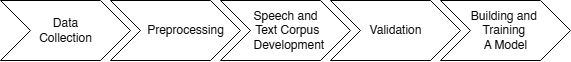
mariefherv/akeanon-stt keeps this draw.io diagram as figures/flowchart.png. Above is the earlier version. Source tidied: cells renumbered, new cells last; positions are measured from the earlier drawing's top-left corner, leaving out a move shared by most shapes.
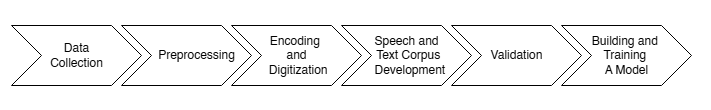
Above is the later version.

Diff of the diagram source:
```diff
@@ -2,26 +2,26 @@
   <root>
     <mxCell id="0" />
     <mxCell id="1" parent="0" />
-    <mxCell id="2" style="group;" parent="1" vertex="1">
-      <mxGeometry width="570" height="60" as="geometry" />
-    </mxCell>
-    <mxCell id="3" style="group;" parent="2" vertex="1">
-      <mxGeometry width="570" height="60" as="geometry" />
-    </mxCell>
+    <mxCell id="9" style="rounded=0;whiteSpace=wrap;html=1;strokeColor=none;" parent="1" vertex="1">
+      <mxGeometry x="-121" y="-25" width="711" height="110" as="geometry" />
+    </mxCell>
+    <mxCell id="8" value="Building and&amp;nbsp;&lt;div&gt;Training&amp;nbsp;&lt;/div&gt;&lt;div&gt;A Model&lt;/div&gt;" style="html=1;shadow=0;dashed=0;align=center;verticalAlign=middle;shape=mxgraph.arrows2.arrow;dy=0;dx=30;notch=30;" parent="1" vertex="1">
+      <mxGeometry x="440" width="130" height="60" as="geometry" />
+    </mxCell>
-    <mxCell id="4" value="Data&lt;div&gt;Collection&lt;/div&gt;" style="html=1;shadow=0;dashed=0;align=center;verticalAlign=middle;shape=mxgraph.arrows2.arrow;dy=0;dx=30;notch=30;" parent="3" vertex="1">
-      <mxGeometry width="130" height="60" as="geometry" />
+    <mxCell id="4" value="Data&lt;div&gt;Collection&lt;/div&gt;" style="html=1;shadow=0;dashed=0;align=center;verticalAlign=middle;shape=mxgraph.arrows2.arrow;dy=0;dx=30;notch=30;" parent="1" vertex="1">
+      <mxGeometry x="-110" width="130" height="60" as="geometry" />
     </mxCell>
-    <mxCell id="5" value="&amp;nbsp; &amp;nbsp; &amp;nbsp; Preprocessing" style="html=1;shadow=0;dashed=0;align=center;verticalAlign=middle;shape=mxgraph.arrows2.arrow;dy=0;dx=30;notch=30;" parent="3" vertex="1">
-      <mxGeometry x="110" width="130" height="60" as="geometry" />
+    <mxCell id="5" value="&amp;nbsp; &amp;nbsp; &amp;nbsp; Preprocessing" style="html=1;shadow=0;dashed=0;align=center;verticalAlign=middle;shape=mxgraph.arrows2.arrow;dy=0;dx=30;notch=30;" parent="1" vertex="1">
+      <mxGeometry width="130" height="60" as="geometry" />
     </mxCell>
-    <mxCell id="6" value="Speech and&lt;div&gt;&amp;nbsp;Text Corpus&lt;/div&gt;&lt;div&gt;&amp;nbsp; Development&lt;/div&gt;" style="html=1;shadow=0;dashed=0;align=center;verticalAlign=middle;shape=mxgraph.arrows2.arrow;dy=0;dx=30;notch=30;" parent="3" vertex="1">
+    <mxCell id="6" value="Speech and&lt;div&gt;&amp;nbsp;Text Corpus&lt;/div&gt;&lt;div&gt;&amp;nbsp; Development&lt;/div&gt;" style="html=1;shadow=0;dashed=0;align=center;verticalAlign=middle;shape=mxgraph.arrows2.arrow;dy=0;dx=30;notch=30;" parent="1" vertex="1">
       <mxGeometry x="220" width="130" height="60" as="geometry" />
     </mxCell>
-    <mxCell id="7" value="Validation" style="html=1;shadow=0;dashed=0;align=center;verticalAlign=middle;shape=mxgraph.arrows2.arrow;dy=0;dx=30;notch=30;" parent="3" vertex="1">
+    <mxCell id="7" value="Validation" style="html=1;shadow=0;dashed=0;align=center;verticalAlign=middle;shape=mxgraph.arrows2.arrow;dy=0;dx=30;notch=30;" parent="1" vertex="1">
       <mxGeometry x="330" width="130" height="60" as="geometry" />
     </mxCell>
-    <mxCell id="8" value="Building and&amp;nbsp;&lt;div&gt;Training&amp;nbsp;&lt;/div&gt;&lt;div&gt;A Model&lt;/div&gt;" style="html=1;shadow=0;dashed=0;align=center;verticalAlign=middle;shape=mxgraph.arrows2.arrow;dy=0;dx=30;notch=30;" parent="1" vertex="1">
-      <mxGeometry x="440" width="130" height="60" as="geometry" />
-    </mxCell>
+    <mxCell id="10" value="Encoding&amp;nbsp;&lt;div&gt;and&lt;/div&gt;&lt;div&gt;&amp;nbsp;&lt;span style=&quot;background-color: transparent; color: light-dark(rgb(0, 0, 0), rgb(255, 255, 255));&quot;&gt;Digitization&lt;/span&gt;&lt;/div&gt;" style="html=1;shadow=0;dashed=0;align=center;verticalAlign=middle;shape=mxgraph.arrows2.arrow;dy=0;dx=30;notch=30;" parent="1" vertex="1">
+      <mxGeometry x="110" width="130" height="60" as="geometry" />
+    </mxCell>
   </root>
 </mxGraphModel>
```
